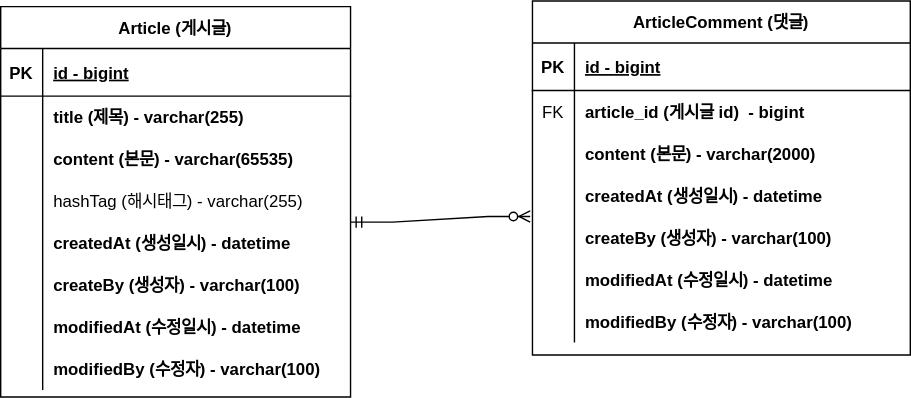
Before: document/project-board-erd.svg, a diagram exported from draw.io (tudiiii/project-board-). Source tidied: cells renumbered, new cells last; positions are measured from the earlier drawing's top-left corner, leaving out a move shared by most shapes.
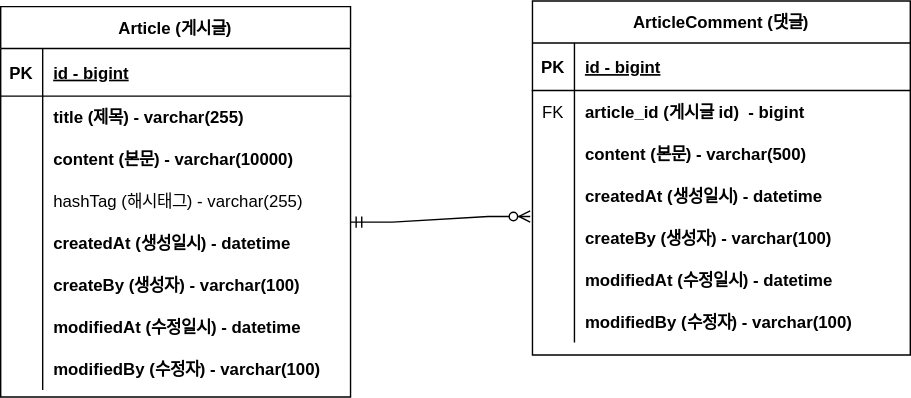
After the change.

Commit message:
#10 - erd 업데이트: content 사이즈 변경

Diff of the diagram source:
```diff
@@ -29,7 +29,7 @@
     <mxCell id="10" style="shape=partialRectangle;fillColor=none;top=0;left=0;bottom=0;right=0;overflow=hidden;" parent="9" vertex="1">
       <mxGeometry width="30" height="30" as="geometry" />
     </mxCell>
-    <mxCell id="11" value="content (본문) - varchar(65535)" style="shape=partialRectangle;fillColor=none;top=0;left=0;bottom=0;right=0;align=left;spacingLeft=6;overflow=hidden;fontStyle=1;" parent="9" vertex="1">
+    <mxCell id="11" value="content (본문) - varchar(10000)" style="shape=partialRectangle;fillColor=none;top=0;left=0;bottom=0;right=0;align=left;spacingLeft=6;overflow=hidden;fontStyle=1;" parent="9" vertex="1">
       <mxGeometry x="30" width="220" height="30" as="geometry" />
     </mxCell>
     <mxCell id="12" style="shape=tableRow;horizontal=0;startSize=0;swimlaneHead=0;swimlaneBody=0;fillColor=none;top=0;left=0;right=0;bottom=0;" parent="2" vertex="1">
@@ -104,7 +104,7 @@
     <mxCell id="35" style="shape=partialRectangle;fillColor=none;top=0;left=0;bottom=0;right=0;overflow=hidden;" parent="34" vertex="1">
       <mxGeometry width="30" height="30" as="geometry" />
     </mxCell>
-    <mxCell id="36" value="content (본문) - varchar(2000)" style="shape=partialRectangle;fillColor=none;top=0;left=0;bottom=0;right=0;align=left;spacingLeft=6;overflow=hidden;fontStyle=1;" parent="34" vertex="1">
+    <mxCell id="36" value="content (본문) - varchar(500)" style="shape=partialRectangle;fillColor=none;top=0;left=0;bottom=0;right=0;align=left;spacingLeft=6;overflow=hidden;fontStyle=1;" parent="34" vertex="1">
       <mxGeometry x="30" width="240" height="30" as="geometry" />
     </mxCell>
     <mxCell id="37" style="shape=tableRow;horizontal=0;startSize=0;swimlaneHead=0;swimlaneBody=0;fillColor=none;top=0;left=0;right=0;bottom=0;" parent="27" vertex="1">
```
